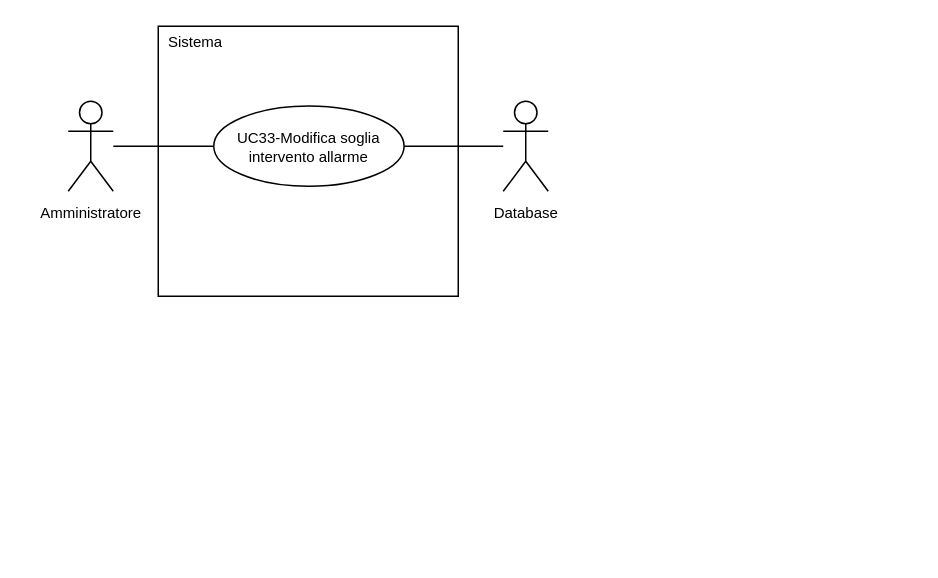
The draw.io diagram 2-RTB/Documenti_esterni/Analisi_dei_requisiti/draw.io/UC33.drawio in SnakeByteTeam/snakebyteteam.github.io, before the edit. Source tidied: cells renumbered, new cells numbered last; positions are measured from the earlier drawing's top-left corner, leaving out a move shared by most shapes. Both pictures are drawn from the tidied source at 150%, with x=0, y=0 at pixel (68, 26).
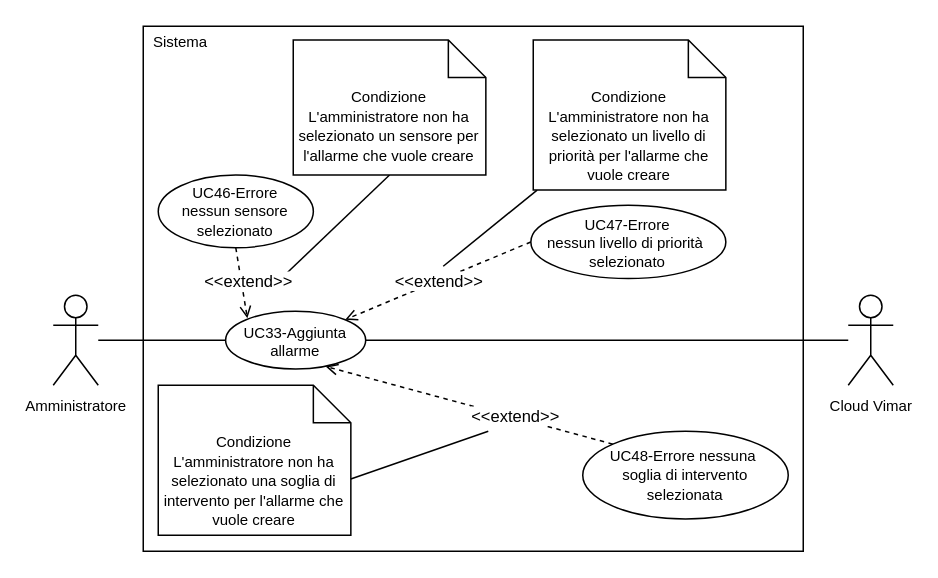
After the change.

Change to the diagram source:
```diff
@@
     <mxCell id="2" value="&lt;font style=&quot;font-size: 10px; line-height: 100%;&quot;&gt;Amministratore&lt;/font&gt;" style="shape=umlActor;verticalLabelPosition=bottom;verticalAlign=top;html=1;outlineConnect=0;" parent="1" vertex="1">
-      <mxGeometry y="50" width="30" height="60" as="geometry" />
+      <mxGeometry x="-10" y="179.3" width="30" height="60" as="geometry" />
     </mxCell>
     <mxCell id="3" style="rounded=0;whiteSpace=wrap;html=1;" parent="1" vertex="1">
-      <mxGeometry x="60" width="200" height="180" as="geometry" />
+      <mxGeometry x="50" width="440" height="350" as="geometry" />
     </mxCell>
@@
-    <mxCell id="5" value="&lt;div style=&quot;line-height: 100%;&quot;&gt;&lt;font style=&quot;line-height: 100%; font-size: 10px;&quot;&gt;UC33-Modifica&amp;nbsp;&lt;/font&gt;&lt;span style=&quot;font-size: 10px; background-color: transparent; color: light-dark(rgb(0, 0, 0), rgb(255, 255, 255));&quot;&gt;soglia intervento allarme&lt;/span&gt;&lt;/div&gt;" style="ellipse;whiteSpace=wrap;html=1;" parent="1" vertex="1">
-      <mxGeometry x="97" y="53.2" width="126.9" height="53.5" as="geometry" />
+    <mxCell id="5" value="&lt;div style=&quot;line-height: 100%;&quot;&gt;&lt;font style=&quot;line-height: 100%; font-size: 10px;&quot;&gt;UC33-Aggiunta&lt;/font&gt;&lt;/div&gt;&lt;div style=&quot;line-height: 100%;&quot;&gt;&lt;font style=&quot;line-height: 100%; font-size: 10px;&quot;&gt;allarme&lt;/font&gt;&lt;/div&gt;" style="ellipse;whiteSpace=wrap;html=1;" parent="1" vertex="1">
+      <mxGeometry x="104.9" y="190" width="93.4" height="38.5" as="geometry" />
     </mxCell>
     <mxCell id="6" value="&lt;font style=&quot;font-size: 10px;&quot;&gt;Sistema&lt;/font&gt;" style="text;html=1;whiteSpace=wrap;strokeColor=none;fillColor=none;align=center;verticalAlign=middle;rounded=0;" parent="1" vertex="1">
-      <mxGeometry x="60" width="50" height="20" as="geometry" />
+      <mxGeometry x="50" width="50" height="20" as="geometry" />
     </mxCell>
-    <mxCell id="7" style="edgeStyle=orthogonalEdgeStyle;rounded=0;jettySize=auto;html=1;entryX=1;entryY=0.5;entryDx=0;entryDy=0;endArrow=none;endFill=0;" parent="1" edge="1" source="8" target="5">
-      <mxGeometry relative="1" as="geometry" />
-    </mxCell>
-    <mxCell id="8" value="&lt;font style=&quot;font-size: 10px; line-height: 100%;&quot;&gt;Database&lt;/font&gt;" style="shape=umlActor;verticalLabelPosition=bottom;verticalAlign=top;html=1;outlineConnect=0;" parent="1" vertex="1">
-      <mxGeometry x="290" y="50" width="30" height="60" as="geometry" />
-    </mxCell>
+    <mxCell id="9" value="&lt;div style=&quot;line-height: 100%;&quot;&gt;&lt;font style=&quot;line-height: 100%; font-size: 10px;&quot;&gt;UC47-Errore&lt;/font&gt;&lt;/div&gt;&lt;div style=&quot;line-height: 100%;&quot;&gt;&lt;font style=&quot;line-height: 100%; font-size: 10px;&quot;&gt;nessun livello&amp;nbsp;&lt;/font&gt;&lt;span style=&quot;font-size: 10px; background-color: transparent; color: light-dark(rgb(0, 0, 0), rgb(255, 255, 255));&quot;&gt;di priorità&amp;nbsp;&lt;/span&gt;&lt;/div&gt;&lt;div style=&quot;line-height: 100%;&quot;&gt;&lt;font style=&quot;line-height: 100%; font-size: 10px;&quot;&gt;selezionato&lt;/font&gt;&lt;/div&gt;" style="ellipse;whiteSpace=wrap;html=1;" parent="1" vertex="1">
+      <mxGeometry x="308.4" y="119.4" width="130" height="48.8" as="geometry" />
+    </mxCell>
+    <mxCell id="10" value="&lt;div style=&quot;line-height: 100%;&quot;&gt;&lt;font style=&quot;line-height: 100%; font-size: 10px;&quot;&gt;UC46-Errore&lt;/font&gt;&lt;/div&gt;&lt;div style=&quot;line-height: 100%;&quot;&gt;&lt;span style=&quot;font-size: 10px; background-color: transparent; color: light-dark(rgb(0, 0, 0), rgb(255, 255, 255));&quot;&gt;nessun sensore&lt;/span&gt;&lt;/div&gt;&lt;div style=&quot;line-height: 100%;&quot;&gt;&lt;font style=&quot;line-height: 100%; font-size: 10px;&quot;&gt;selezionato&lt;/font&gt;&lt;/div&gt;" style="ellipse;whiteSpace=wrap;html=1;" parent="1" vertex="1">
+      <mxGeometry x="60" y="99.2" width="103.4" height="48.5" as="geometry" />
+    </mxCell>
+    <mxCell id="11" value="&lt;div style=&quot;line-height: 100%;&quot;&gt;&lt;font style=&quot;line-height: 100%; font-size: 10px;&quot;&gt;UC48&lt;/font&gt;&lt;span style=&quot;font-size: 10px; background-color: transparent; color: light-dark(rgb(0, 0, 0), rgb(255, 255, 255));&quot;&gt;-Errore nessuna&amp;nbsp;&lt;/span&gt;&lt;/div&gt;&lt;div style=&quot;line-height: 100%;&quot;&gt;&lt;span style=&quot;font-size: 10px; background-color: transparent; color: light-dark(rgb(0, 0, 0), rgb(255, 255, 255));&quot;&gt;soglia di intervento selezionata&lt;/span&gt;&lt;/div&gt;" style="ellipse;whiteSpace=wrap;html=1;" parent="1" vertex="1">
+      <mxGeometry x="343" y="270" width="137" height="58.5" as="geometry" />
+    </mxCell>
+    <mxCell id="12" style="rounded=0;jettySize=auto;html=1;endArrow=none;endFill=0;exitX=0.5;exitY=1;exitDx=0;exitDy=0;exitPerimeter=0;" parent="1" edge="1" source="13">
+      <mxGeometry relative="1" as="geometry">
+        <mxPoint x="140" y="170" as="targetPoint" />
+      </mxGeometry>
+    </mxCell>
+    <mxCell id="13" value="&lt;div style=&quot;line-height: 100%;&quot;&gt;&lt;font style=&quot;font-size: 10px;&quot;&gt;Condizione&lt;/font&gt;&lt;div&gt;&lt;font style=&quot;font-size: 10px;&quot;&gt;L'amministratore non ha selezionato un sensore per l'allarme che vuole creare&lt;/font&gt;&lt;/div&gt;&lt;/div&gt;" style="shape=note2;boundedLbl=1;whiteSpace=wrap;html=1;size=25;verticalAlign=top;align=center;" parent="1" vertex="1">
+      <mxGeometry x="150" y="9.2" width="128.4" height="90" as="geometry" />
+    </mxCell>
+    <mxCell id="14" value="&amp;lt;&amp;lt;extend&amp;gt;&amp;gt;" style="endArrow=open;endSize=6;dashed=1;html=1;rounded=0;exitX=0.5;exitY=1;exitDx=0;exitDy=0;entryX=0;entryY=0;entryDx=0;entryDy=0;" parent="1" edge="1" source="10">
+      <mxGeometry x="-0.02" y="5" relative="1" as="geometry">
+        <mxPoint x="119.4" y="194.7" as="targetPoint" />
+      </mxGeometry>
+    </mxCell>
+    <mxCell id="15" value="&amp;lt;&amp;lt;extend&amp;gt;&amp;gt;" style="endArrow=open;endSize=6;dashed=1;html=1;rounded=0;exitX=0;exitY=0.5;exitDx=0;exitDy=0;entryX=1;entryY=0;entryDx=0;entryDy=0;" parent="1" edge="1" source="9" target="5">
+      <mxGeometry relative="1" as="geometry" />
+    </mxCell>
+    <mxCell id="16" value="&amp;lt;&amp;lt;extend&amp;gt;&amp;gt;" style="endArrow=open;endSize=6;dashed=1;html=1;rounded=0;exitX=0;exitY=0;exitDx=0;exitDy=0;entryX=0.714;entryY=0.955;entryDx=0;entryDy=0;entryPerimeter=0;" parent="1" edge="1" source="11" target="5">
+      <mxGeometry x="-0.31" y="-1" relative="1" as="geometry" />
+    </mxCell>
+    <mxCell id="17" style="rounded=0;jettySize=auto;html=1;endArrow=none;endFill=0;" parent="1" edge="1" source="18">
+      <mxGeometry relative="1" as="geometry">
+        <mxPoint x="250" y="160" as="targetPoint" />
+      </mxGeometry>
+    </mxCell>
+    <mxCell id="18" value="&lt;div style=&quot;line-height: 100%;&quot;&gt;&lt;font style=&quot;font-size: 10px;&quot;&gt;Condizione&lt;/font&gt;&lt;div&gt;&lt;font style=&quot;font-size: 10px;&quot;&gt;L'amministratore non ha selezionato un livello di priorità per l'allarme che vuole creare&lt;/font&gt;&lt;/div&gt;&lt;/div&gt;" style="shape=note2;boundedLbl=1;whiteSpace=wrap;html=1;size=25;verticalAlign=top;align=center;" parent="1" vertex="1">
+      <mxGeometry x="310" y="9.2" width="128.4" height="100" as="geometry" />
+    </mxCell>
+    <mxCell id="19" style="rounded=0;jettySize=auto;html=1;endArrow=none;endFill=0;exitX=0;exitY=0;exitDx=128.36;exitDy=62.5;exitPerimeter=0;" parent="1" edge="1" source="20">
+      <mxGeometry relative="1" as="geometry">
+        <mxPoint x="280" y="270" as="targetPoint" />
+      </mxGeometry>
+    </mxCell>
+    <mxCell id="20" value="&lt;div style=&quot;line-height: 100%;&quot;&gt;&lt;font style=&quot;font-size: 10px;&quot;&gt;Condizione&lt;/font&gt;&lt;div&gt;&lt;font style=&quot;font-size: 10px;&quot;&gt;L'amministratore non ha selezionato una soglia di intervento per l'allarme che vuole creare&lt;/font&gt;&lt;/div&gt;&lt;/div&gt;" style="shape=note2;boundedLbl=1;whiteSpace=wrap;html=1;size=25;verticalAlign=top;align=center;" parent="1" vertex="1">
+      <mxGeometry x="60" y="239.3" width="128.4" height="100" as="geometry" />
+    </mxCell>
+    <mxCell id="21" style="rounded=0;jettySize=auto;html=1;entryX=1;entryY=0.5;entryDx=0;entryDy=0;endArrow=none;endFill=0;" parent="1" edge="1" source="22" target="5">
+      <mxGeometry relative="1" as="geometry" />
+    </mxCell>
+    <mxCell id="22" value="&lt;font style=&quot;font-size: 10px; line-height: 100%;&quot;&gt;Cloud Vimar&lt;/font&gt;" style="shape=umlActor;verticalLabelPosition=bottom;verticalAlign=top;html=1;outlineConnect=0;" parent="1" vertex="1">
+      <mxGeometry x="520" y="179.3" width="30" height="60" as="geometry" />
+    </mxCell>
```
